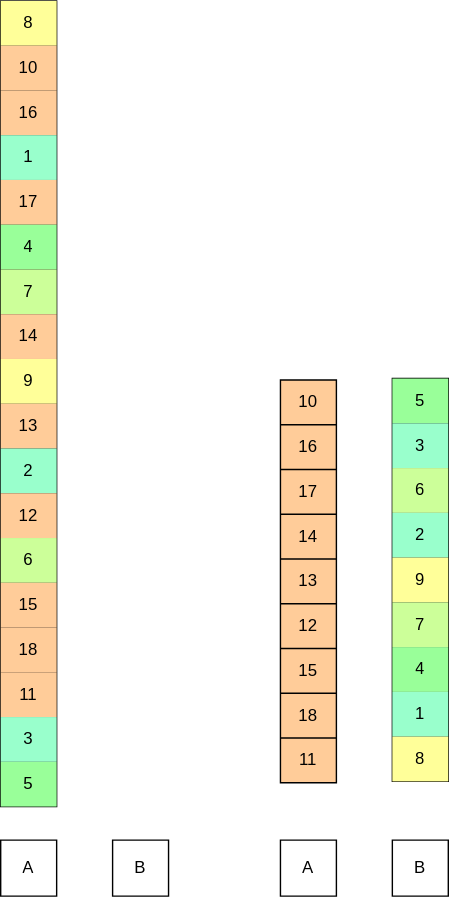
This is images/qsort/qsort-div_start.svg from welove-t/42Tokyo-push_swap, a draw.io export, as it was before one commit. Source tidied: cells renumbered, new cells last; positions are measured from the earlier drawing's top-left corner, leaving out a move shared by most shapes.
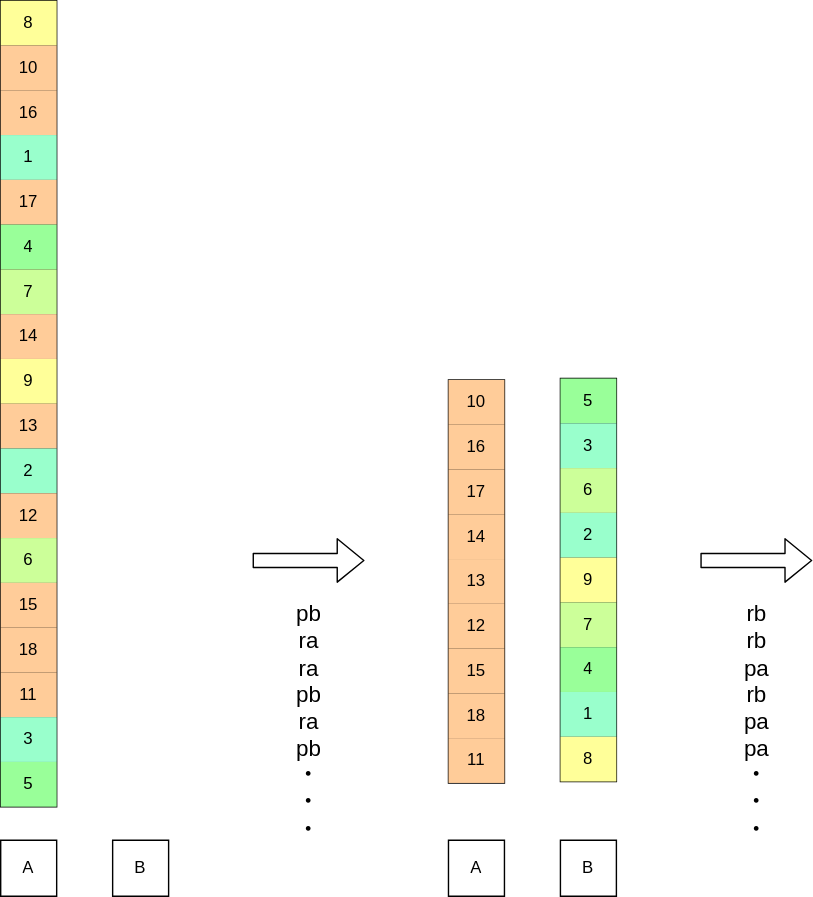
Later version of the same file.

Change to the diagram source:
```diff
@@ -8,55 +8,55 @@
     <mxCell id="3" style="shape=tableRow;horizontal=0;startSize=0;swimlaneHead=0;swimlaneBody=0;top=0;left=0;bottom=0;right=0;fillColor=none;" parent="2" vertex="1">
       <mxGeometry width="40" height="32" as="geometry" />
     </mxCell>
-    <mxCell id="4" value="10" style="shape=partialRectangle;html=1;whiteSpace=wrap;overflow=hidden;fillColor=none;top=0;left=0;bottom=0;right=0;" parent="3" vertex="1">
+    <mxCell id="4" value="10" style="shape=partialRectangle;html=1;whiteSpace=wrap;overflow=hidden;fillColor=#FFCC99;top=0;left=0;bottom=0;right=0;" parent="3" vertex="1">
       <mxGeometry width="40" height="32" as="geometry" />
     </mxCell>
     <mxCell id="5" style="shape=tableRow;horizontal=0;startSize=0;swimlaneHead=0;swimlaneBody=0;top=0;left=0;bottom=0;right=0;fillColor=none;" parent="2" vertex="1">
       <mxGeometry y="32" width="40" height="32" as="geometry" />
     </mxCell>
-    <mxCell id="6" value="16" style="shape=partialRectangle;html=1;whiteSpace=wrap;overflow=hidden;fillColor=none;top=0;left=0;bottom=0;right=0;" parent="5" vertex="1">
+    <mxCell id="6" value="16" style="shape=partialRectangle;html=1;whiteSpace=wrap;overflow=hidden;fillColor=#FFCC99;top=0;left=0;bottom=0;right=0;" parent="5" vertex="1">
       <mxGeometry width="40" height="32" as="geometry" />
     </mxCell>
     <mxCell id="7" style="shape=tableRow;horizontal=0;startSize=0;swimlaneHead=0;swimlaneBody=0;top=0;left=0;bottom=0;right=0;fillColor=none;" parent="2" vertex="1">
       <mxGeometry y="64" width="40" height="32" as="geometry" />
     </mxCell>
-    <mxCell id="8" value="17" style="shape=partialRectangle;html=1;whiteSpace=wrap;overflow=hidden;fillColor=none;top=0;left=0;bottom=0;right=0;" parent="7" vertex="1">
+    <mxCell id="8" value="17" style="shape=partialRectangle;html=1;whiteSpace=wrap;overflow=hidden;fillColor=#FFCC99;top=0;left=0;bottom=0;right=0;" parent="7" vertex="1">
       <mxGeometry width="40" height="32" as="geometry" />
     </mxCell>
     <mxCell id="9" style="shape=tableRow;horizontal=0;startSize=0;swimlaneHead=0;swimlaneBody=0;top=0;left=0;bottom=0;right=0;fillColor=none;" parent="2" vertex="1">
       <mxGeometry y="96" width="40" height="32" as="geometry" />
     </mxCell>
-    <mxCell id="10" value="14" style="shape=partialRectangle;html=1;whiteSpace=wrap;overflow=hidden;fillColor=none;top=0;left=0;bottom=0;right=0;" parent="9" vertex="1">
+    <mxCell id="10" value="14" style="shape=partialRectangle;html=1;whiteSpace=wrap;overflow=hidden;fillColor=#FFCC99;top=0;left=0;bottom=0;right=0;" parent="9" vertex="1">
       <mxGeometry width="40" height="32" as="geometry" />
     </mxCell>
     <mxCell id="11" style="shape=tableRow;horizontal=0;startSize=0;swimlaneHead=0;swimlaneBody=0;top=0;left=0;bottom=0;right=0;fillColor=none;" parent="2" vertex="1">
       <mxGeometry y="128" width="40" height="32" as="geometry" />
     </mxCell>
-    <mxCell id="12" value="13" style="shape=partialRectangle;html=1;whiteSpace=wrap;overflow=hidden;fillColor=none;top=0;left=0;bottom=0;right=0;" parent="11" vertex="1">
+    <mxCell id="12" value="13" style="shape=partialRectangle;html=1;whiteSpace=wrap;overflow=hidden;fillColor=#FFCC99;top=0;left=0;bottom=0;right=0;" parent="11" vertex="1">
       <mxGeometry width="40" height="32" as="geometry" />
     </mxCell>
     <mxCell id="13" style="shape=tableRow;horizontal=0;startSize=0;swimlaneHead=0;swimlaneBody=0;top=0;left=0;bottom=0;right=0;fillColor=none;" parent="2" vertex="1">
       <mxGeometry y="160" width="40" height="32" as="geometry" />
     </mxCell>
-    <mxCell id="14" value="12" style="shape=partialRectangle;html=1;whiteSpace=wrap;overflow=hidden;fillColor=none;top=0;left=0;bottom=0;right=0;" parent="13" vertex="1">
+    <mxCell id="14" value="12" style="shape=partialRectangle;html=1;whiteSpace=wrap;overflow=hidden;fillColor=#FFCC99;top=0;left=0;bottom=0;right=0;" parent="13" vertex="1">
       <mxGeometry width="40" height="32" as="geometry" />
     </mxCell>
     <mxCell id="15" style="shape=tableRow;horizontal=0;startSize=0;swimlaneHead=0;swimlaneBody=0;top=0;left=0;bottom=0;right=0;fillColor=none;" parent="2" vertex="1">
       <mxGeometry y="192" width="40" height="32" as="geometry" />
     </mxCell>
-    <mxCell id="16" value="15" style="shape=partialRectangle;html=1;whiteSpace=wrap;overflow=hidden;fillColor=none;top=0;left=0;bottom=0;right=0;" parent="15" vertex="1">
+    <mxCell id="16" value="15" style="shape=partialRectangle;html=1;whiteSpace=wrap;overflow=hidden;fillColor=#FFCC99;top=0;left=0;bottom=0;right=0;" parent="15" vertex="1">
       <mxGeometry width="40" height="32" as="geometry" />
     </mxCell>
     <mxCell id="17" style="shape=tableRow;horizontal=0;startSize=0;swimlaneHead=0;swimlaneBody=0;top=0;left=0;bottom=0;right=0;fillColor=none;" parent="2" vertex="1">
       <mxGeometry y="224" width="40" height="32" as="geometry" />
     </mxCell>
-    <mxCell id="18" value="18" style="shape=partialRectangle;html=1;whiteSpace=wrap;overflow=hidden;fillColor=none;top=0;left=0;bottom=0;right=0;" parent="17" vertex="1">
+    <mxCell id="18" value="18" style="shape=partialRectangle;html=1;whiteSpace=wrap;overflow=hidden;fillColor=#FFCC99;top=0;left=0;bottom=0;right=0;" parent="17" vertex="1">
       <mxGeometry width="40" height="32" as="geometry" />
     </mxCell>
     <mxCell id="19" style="shape=tableRow;horizontal=0;startSize=0;swimlaneHead=0;swimlaneBody=0;top=0;left=0;bottom=0;right=0;fillColor=none;" parent="2" vertex="1">
       <mxGeometry y="256" width="40" height="32" as="geometry" />
     </mxCell>
-    <mxCell id="20" value="11" style="shape=partialRectangle;html=1;whiteSpace=wrap;overflow=hidden;fillColor=none;top=0;left=0;bottom=0;right=0;" parent="19" vertex="1">
+    <mxCell id="20" value="11" style="shape=partialRectangle;html=1;whiteSpace=wrap;overflow=hidden;fillColor=#FFCC99;top=0;left=0;bottom=0;right=0;" parent="19" vertex="1">
       <mxGeometry width="40" height="32" as="geometry" />
     </mxCell>
     <mxCell id="21" style="shape=table;startSize=0;" parent="1" vertex="1">
@@ -117,7 +117,7 @@
       <mxGeometry width="40" height="32" as="geometry" />
     </mxCell>
     <mxCell id="40" style="shape=table;startSize=0;" parent="1" vertex="1">
-      <mxGeometry width="40" height="576" as="geometry" />
+      <mxGeometry x="-120" width="40" height="576" as="geometry" />
     </mxCell>
     <mxCell id="41" style="shape=tableRow;horizontal=0;startSize=0;swimlaneHead=0;swimlaneBody=0;top=0;left=0;bottom=0;right=0;fillColor=none;" parent="40" vertex="1">
       <mxGeometry width="40" height="32" as="geometry" />
@@ -228,7 +228,7 @@
       <mxGeometry width="40" height="32" as="geometry" />
     </mxCell>
     <mxCell id="77" style="shape=table;startSize=0;" parent="1" vertex="1">
-      <mxGeometry y="600" width="40" height="40" as="geometry" />
+      <mxGeometry x="-120" y="600" width="40" height="40" as="geometry" />
     </mxCell>
     <mxCell id="78" style="shape=tableRow;horizontal=0;startSize=0;swimlaneHead=0;swimlaneBody=0;top=0;left=0;bottom=0;right=0;fillColor=none;" parent="77" vertex="1">
       <mxGeometry width="40" height="40" as="geometry" />
@@ -237,7 +237,7 @@
       <mxGeometry width="40" height="40" as="geometry" />
     </mxCell>
     <mxCell id="80" style="shape=table;startSize=0;" parent="1" vertex="1">
-      <mxGeometry x="80" y="600" width="40" height="40" as="geometry" />
+      <mxGeometry x="-40" y="600" width="40" height="40" as="geometry" />
     </mxCell>
     <mxCell id="81" style="shape=tableRow;horizontal=0;startSize=0;swimlaneHead=0;swimlaneBody=0;top=0;left=0;bottom=0;right=0;fillColor=none;" parent="80" vertex="1">
       <mxGeometry width="40" height="40" as="geometry" />
@@ -263,5 +263,23 @@
     <mxCell id="88" value="B" style="shape=partialRectangle;html=1;whiteSpace=wrap;overflow=hidden;fillColor=none;top=0;left=0;bottom=0;right=0;" parent="87" vertex="1">
       <mxGeometry width="40" height="40" as="geometry" />
     </mxCell>
+    <mxCell id="89" style="shape=flexArrow;endArrow=classic;html=1;" parent="1" edge="1">
+      <mxGeometry relative="1" as="geometry">
+        <mxPoint x="60" y="400" as="sourcePoint" />
+        <mxPoint x="140" y="400" as="targetPoint" />
+      </mxGeometry>
+    </mxCell>
+    <mxCell id="90" value="pb&lt;br style=&quot;font-size: 16px;&quot;&gt;ra&lt;br style=&quot;font-size: 16px;&quot;&gt;ra&lt;br style=&quot;font-size: 16px;&quot;&gt;pb&lt;br style=&quot;font-size: 16px;&quot;&gt;ra&lt;br style=&quot;font-size: 16px;&quot;&gt;pb&lt;br style=&quot;font-size: 16px;&quot;&gt;・&lt;br style=&quot;font-size: 16px;&quot;&gt;・&lt;br style=&quot;font-size: 16px;&quot;&gt;・&lt;br style=&quot;font-size: 16px;&quot;&gt;" style="text;html=1;align=center;verticalAlign=middle;strokeColor=none;fillColor=none;fontSize=16;" parent="1" vertex="1">
+      <mxGeometry x="80" y="420" width="40" height="190" as="geometry" />
+    </mxCell>
+    <mxCell id="91" style="shape=flexArrow;endArrow=classic;html=1;" parent="1" edge="1">
+      <mxGeometry relative="1" as="geometry">
+        <mxPoint x="380" y="400" as="sourcePoint" />
+        <mxPoint x="460" y="400" as="targetPoint" />
+      </mxGeometry>
+    </mxCell>
+    <mxCell id="92" value="rb&lt;br style=&quot;font-size: 16px;&quot;&gt;rb&lt;br style=&quot;font-size: 16px;&quot;&gt;pa&lt;br style=&quot;font-size: 16px;&quot;&gt;rb&lt;br style=&quot;font-size: 16px;&quot;&gt;pa&lt;br style=&quot;font-size: 16px;&quot;&gt;pa&lt;br style=&quot;font-size: 16px;&quot;&gt;・&lt;br style=&quot;font-size: 16px;&quot;&gt;・&lt;br style=&quot;font-size: 16px;&quot;&gt;・" style="text;html=1;align=center;verticalAlign=middle;strokeColor=none;fillColor=none;fontSize=16;" parent="1" vertex="1">
+      <mxGeometry x="400" y="420" width="40" height="190" as="geometry" />
+    </mxCell>
   </root>
 </mxGraphModel>
```
